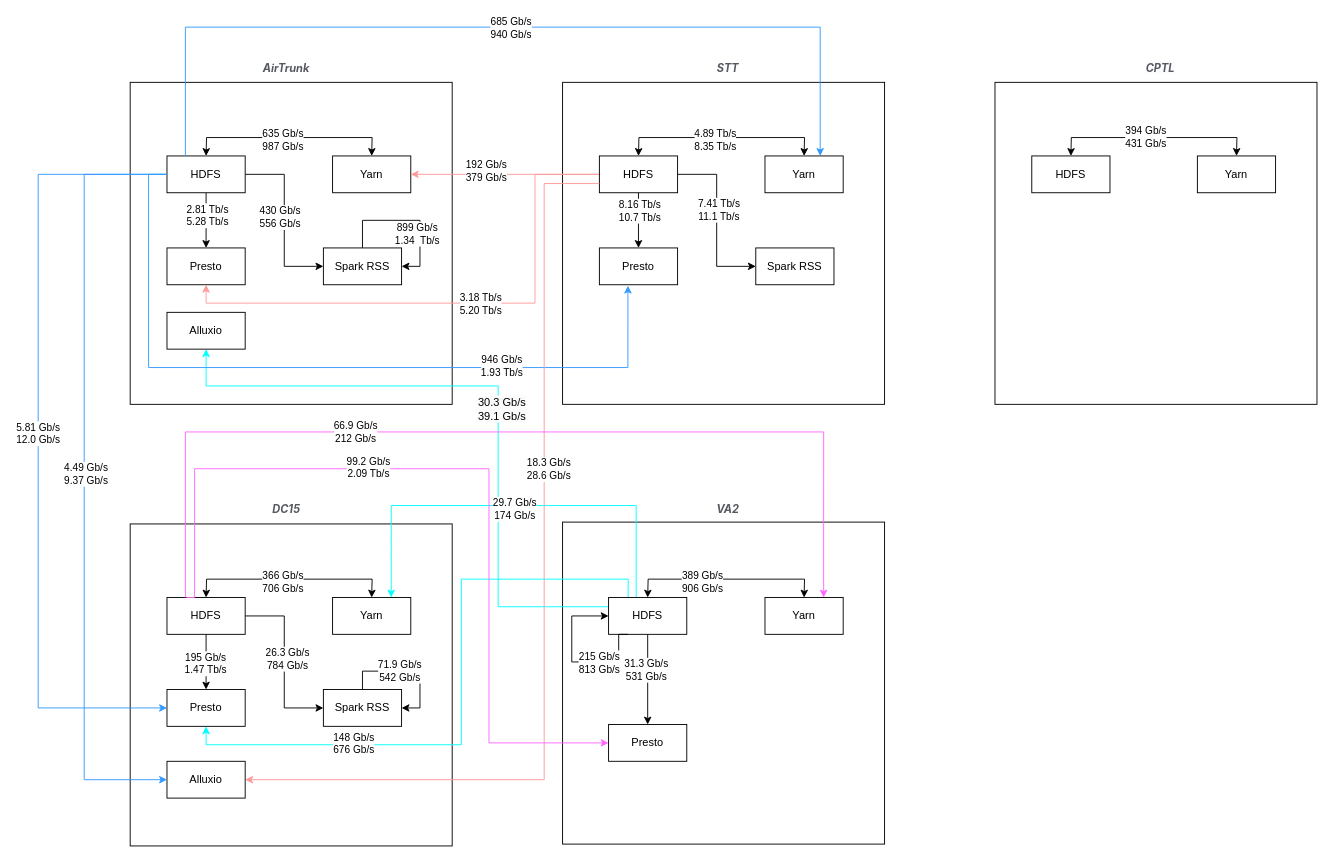
The draw.io diagram module_high_traffic.drawio in pretendhigh/diagrams, before the edit. Source tidied: cells renumbered, new cells numbered last; positions are measured from the earlier drawing's top-left corner, leaving out a move shared by most shapes. Both pictures are drawn from the tidied source at 92%, with x=0, y=0 at pixel (38, 27).
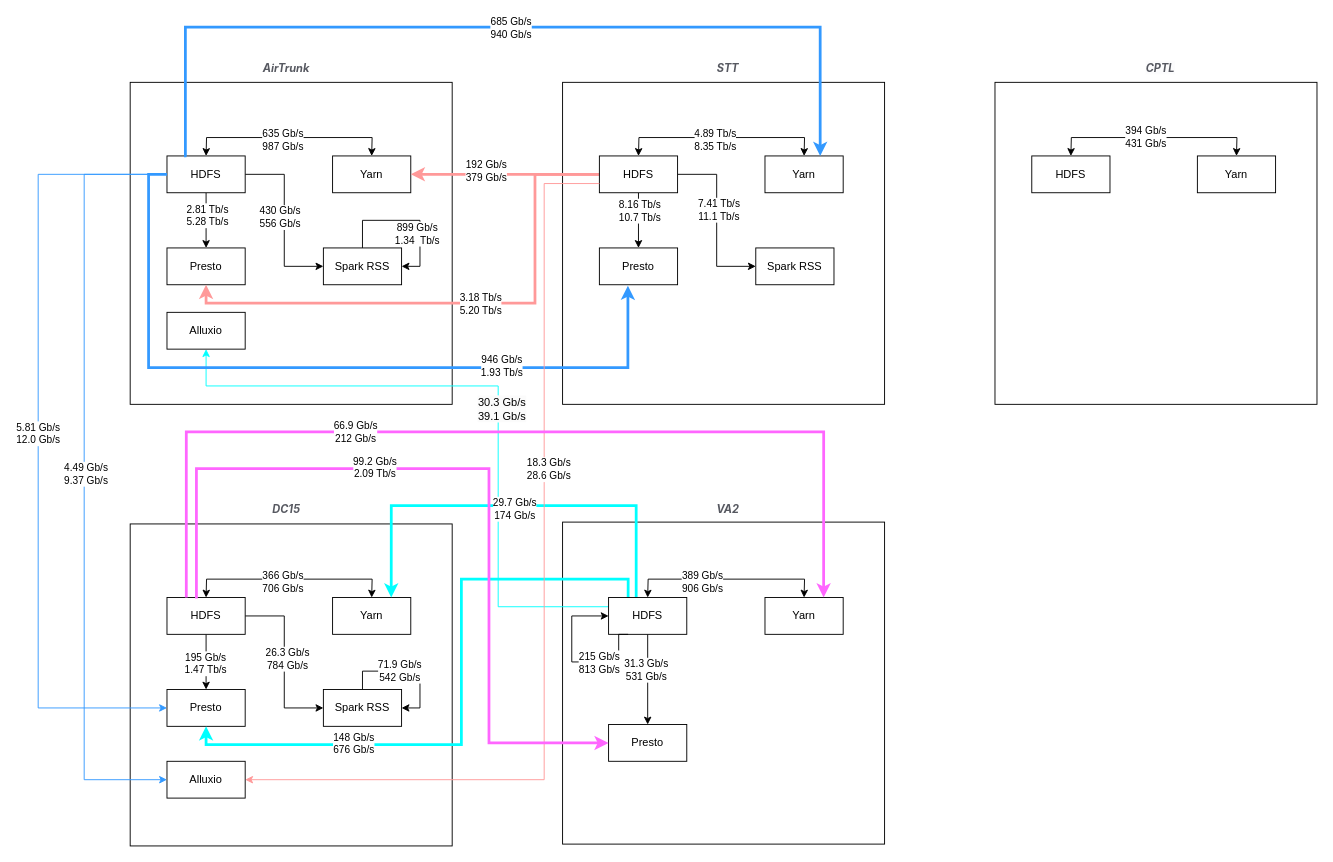
After the change.

Unchanged cells that the change refers to:
```xml
<mxCell id="8" value="HDFS" style="rounded=0;whiteSpace=wrap;html=1;" parent="1" vertex="1">
  <mxGeometry x="140" y="140" width="85" height="40" as="geometry" />
</mxCell>
<mxCell id="9" value="Yarn" style="rounded=0;whiteSpace=wrap;html=1;" parent="1" vertex="1">
  <mxGeometry x="320" y="140" width="85" height="40" as="geometry" />
</mxCell>
<mxCell id="10" value="Presto" style="rounded=0;whiteSpace=wrap;html=1;" parent="1" vertex="1">
  <mxGeometry x="140" y="240" width="85" height="40" as="geometry" />
</mxCell>
<mxCell id="25" value="HDFS" style="rounded=0;whiteSpace=wrap;html=1;" parent="1" vertex="1">
  <mxGeometry x="610" y="140" width="85" height="40" as="geometry" />
</mxCell>
<mxCell id="27" value="Presto" style="rounded=0;whiteSpace=wrap;html=1;" parent="1" vertex="1">
  <mxGeometry x="610" y="240" width="85" height="40" as="geometry" />
</mxCell>
<mxCell id="38" value="HDFS" style="rounded=0;whiteSpace=wrap;html=1;" parent="1" vertex="1">
  <mxGeometry x="140" y="620" width="85" height="40" as="geometry" />
</mxCell>
<mxCell id="39" value="Yarn" style="rounded=0;whiteSpace=wrap;html=1;" parent="1" vertex="1">
  <mxGeometry x="320" y="620" width="85" height="40" as="geometry" />
</mxCell>
<mxCell id="40" value="Presto" style="rounded=0;whiteSpace=wrap;html=1;" parent="1" vertex="1">
  <mxGeometry x="140" y="720" width="85" height="40" as="geometry" />
</mxCell>
<mxCell id="55" value="HDFS" style="rounded=0;whiteSpace=wrap;html=1;" parent="1" vertex="1">
  <mxGeometry x="620" y="620" width="85" height="40" as="geometry" />
</mxCell>
<mxCell id="56" value="Yarn" style="rounded=0;whiteSpace=wrap;html=1;" parent="1" vertex="1">
  <mxGeometry x="790" y="620" width="85" height="40" as="geometry" />
</mxCell>
<mxCell id="57" value="Presto" style="rounded=0;whiteSpace=wrap;html=1;" parent="1" vertex="1">
  <mxGeometry x="620" y="758" width="85" height="40" as="geometry" />
</mxCell>
```

The edit, as a diff of the source:
```diff
@@
-    <mxCell id="21" style="edgeStyle=orthogonalEdgeStyle;rounded=0;jettySize=auto;html=1;entryX=0.5;entryY=1;entryDx=0;entryDy=0;strokeColor=#FF9999;" parent="1" edge="1" source="25" target="10">
+    <mxCell id="21" style="edgeStyle=orthogonalEdgeStyle;rounded=0;jettySize=auto;html=1;entryX=0.5;entryY=1;entryDx=0;entryDy=0;strokeColor=#FF9999;strokeWidth=3;" parent="1" edge="1" source="25" target="10">
       <mxGeometry relative="1" as="geometry">
         <Array as="points">
           <mxPoint x="540" y="160" />
           <mxPoint x="540" y="300" />
           <mxPoint x="183" y="300" />
         </Array>
       </mxGeometry>
     </mxCell>
@@
-    <mxCell id="23" style="edgeStyle=orthogonalEdgeStyle;rounded=0;jettySize=auto;html=1;strokeColor=#FF9999;" parent="1" edge="1" source="25" target="9">
+    <mxCell id="23" style="edgeStyle=orthogonalEdgeStyle;rounded=0;jettySize=auto;html=1;strokeColor=#FF9999;strokeWidth=3;" parent="1" edge="1" source="25" target="9">
       <mxGeometry relative="1" as="geometry" />
     </mxCell>
@@
-    <mxCell id="51" style="edgeStyle=orthogonalEdgeStyle;rounded=0;jettySize=auto;html=1;entryX=0.5;entryY=1;entryDx=0;entryDy=0;exitX=0.25;exitY=0;exitDx=0;exitDy=0;strokeColor=#00FFFF;" parent="1" edge="1" source="55" target="40">
+    <mxCell id="51" style="edgeStyle=orthogonalEdgeStyle;rounded=0;jettySize=auto;html=1;entryX=0.5;entryY=1;entryDx=0;entryDy=0;exitX=0.25;exitY=0;exitDx=0;exitDy=0;strokeColor=#00FFFF;strokeWidth=3;" parent="1" edge="1" source="55" target="40">
       <mxGeometry relative="1" as="geometry">
         <Array as="points">
           <mxPoint x="641" y="600" />
           <mxPoint x="460" y="600" />
           <mxPoint x="460" y="780" />
           <mxPoint x="183" y="780" />
         </Array>
       </mxGeometry>
     </mxCell>
@@
-    <mxCell id="53" style="edgeStyle=orthogonalEdgeStyle;rounded=0;jettySize=auto;html=1;entryX=0.75;entryY=0;entryDx=0;entryDy=0;strokeColor=#00FFFF;" parent="1" edge="1" source="55" target="39">
+    <mxCell id="53" style="edgeStyle=orthogonalEdgeStyle;rounded=0;jettySize=auto;html=1;entryX=0.75;entryY=0;entryDx=0;entryDy=0;strokeColor=#00FFFF;strokeWidth=3;" parent="1" edge="1" source="55" target="39">
       <mxGeometry relative="1" as="geometry">
         <Array as="points">
           <mxPoint x="650" y="520" />
           <mxPoint x="384" y="520" />
         </Array>
       </mxGeometry>
     </mxCell>
@@
-    <mxCell id="69" style="edgeStyle=orthogonalEdgeStyle;rounded=0;jettySize=auto;html=1;exitX=0.25;exitY=0;exitDx=0;exitDy=0;fillColor=#00FFFF;strokeColor=#3399FF;" parent="1" edge="1" source="8">
+    <mxCell id="69" style="edgeStyle=orthogonalEdgeStyle;rounded=0;jettySize=auto;html=1;exitX=0.25;exitY=0;exitDx=0;exitDy=0;fillColor=#00FFFF;strokeColor=#3399FF;shadow=0;strokeWidth=3;" parent="1" edge="1" source="8">
       <mxGeometry relative="1" as="geometry">
         <mxPoint x="850" y="140" as="targetPoint" />
         <Array as="points">
           <mxPoint x="160" y="140" />
           <mxPoint x="160" />
           <mxPoint x="850" />
         </Array>
       </mxGeometry>
     </mxCell>
@@
-    <mxCell id="71" style="edgeStyle=orthogonalEdgeStyle;rounded=0;jettySize=auto;html=1;entryX=0.365;entryY=1.025;entryDx=0;entryDy=0;entryPerimeter=0;strokeColor=#3399FF;" parent="1" edge="1" source="8" target="27">
+    <mxCell id="71" style="edgeStyle=orthogonalEdgeStyle;rounded=0;jettySize=auto;html=1;entryX=0.365;entryY=1.025;entryDx=0;entryDy=0;entryPerimeter=0;strokeColor=#3399FF;strokeWidth=3;" parent="1" edge="1" source="8" target="27">
       <mxGeometry relative="1" as="geometry">
         <Array as="points">
           <mxPoint x="120" y="160" />
           <mxPoint x="120" y="370" />
           <mxPoint x="641" y="370" />
         </Array>
       </mxGeometry>
     </mxCell>
@@
-    <mxCell id="80" style="edgeStyle=orthogonalEdgeStyle;rounded=0;jettySize=auto;html=1;entryX=0;entryY=0.5;entryDx=0;entryDy=0;exitX=0.25;exitY=0;exitDx=0;exitDy=0;strokeColor=#FF66FF;" parent="1" edge="1" source="38" target="57">
-      <mxGeometry relative="1" as="geometry">
-        <Array as="points">
-          <mxPoint x="170" y="620" />
-          <mxPoint x="170" y="480" />
-          <mxPoint x="490" y="480" />
-          <mxPoint x="490" y="778" />
-        </Array>
-      </mxGeometry>
-    </mxCell>
-    <mxCell id="81" value="99.2 Gb/s&lt;div&gt;2.09 Tb/s&lt;/div&gt;" style="edgeLabel;html=1;align=center;verticalAlign=middle;" parent="80" vertex="1">
-      <mxGeometry x="-0.25" y="2" relative="1" as="geometry">
-        <mxPoint x="1" as="offset" />
-      </mxGeometry>
-    </mxCell>
-    <mxCell id="82" style="edgeStyle=orthogonalEdgeStyle;rounded=0;jettySize=auto;html=1;entryX=0.75;entryY=0;entryDx=0;entryDy=0;strokeColor=#FF66FF;" parent="1" edge="1" source="38" target="56">
+    <mxCell id="82" style="edgeStyle=orthogonalEdgeStyle;rounded=0;jettySize=auto;html=1;entryX=0.75;entryY=0;entryDx=0;entryDy=0;strokeColor=#FF66FF;strokeWidth=3;" parent="1" edge="1" source="38" target="56">
       <mxGeometry relative="1" as="geometry">
         <Array as="points">
-          <mxPoint x="160" y="440" />
+          <mxPoint x="161" y="440" />
           <mxPoint x="854" y="440" />
         </Array>
       </mxGeometry>
     </mxCell>
@@
+    <mxCell id="80" style="edgeStyle=orthogonalEdgeStyle;rounded=0;jettySize=auto;html=1;entryX=0;entryY=0.5;entryDx=0;entryDy=0;strokeColor=#FF66FF;strokeWidth=3;" parent="1" edge="1" target="57">
+      <mxGeometry relative="1" as="geometry">
+        <mxPoint x="172" y="621" as="sourcePoint" />
+        <Array as="points">
+          <mxPoint x="172" y="620" />
+          <mxPoint x="172" y="480" />
+          <mxPoint x="490" y="480" />
+          <mxPoint x="490" y="778" />
+        </Array>
+      </mxGeometry>
+    </mxCell>
+    <mxCell id="81" value="99.2 Gb/s&lt;div&gt;2.09 Tb/s&lt;/div&gt;" style="edgeLabel;html=1;align=center;verticalAlign=middle;" parent="80" vertex="1">
+      <mxGeometry x="-0.25" y="2" relative="1" as="geometry">
+        <mxPoint x="1" as="offset" />
+      </mxGeometry>
+    </mxCell>
```
